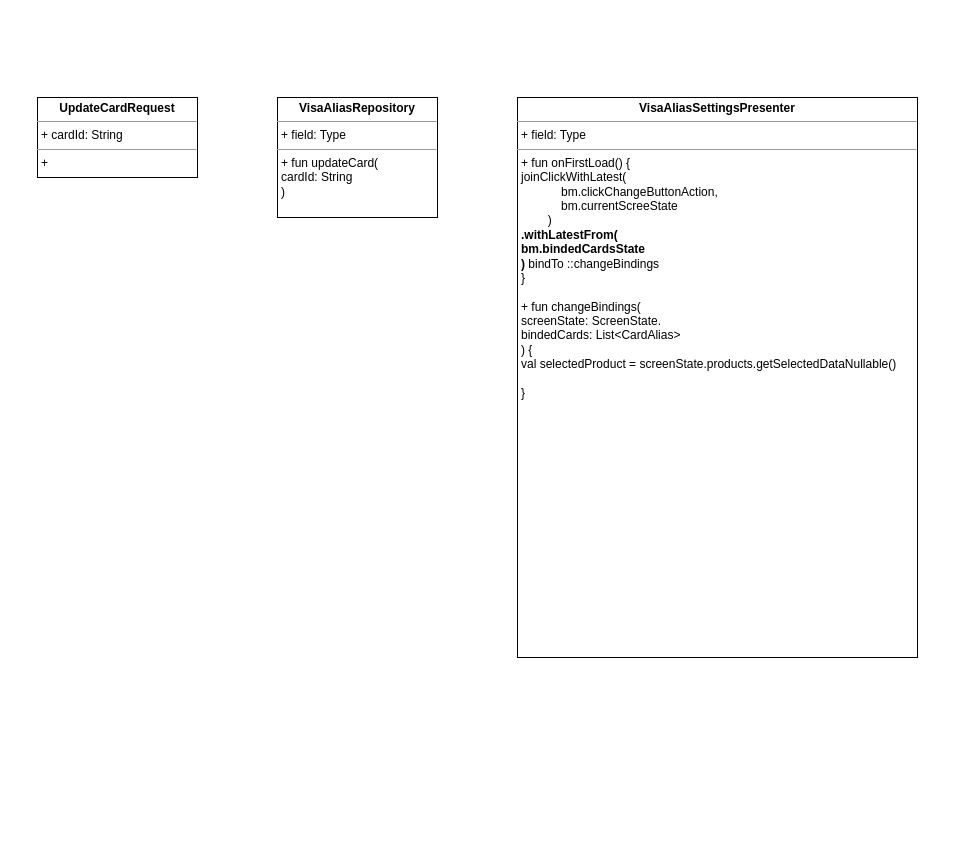
Earlier version of the draw.io diagram UNI-15530.drawio (ShiryaevNikolay/diagrams). Source tidied: cells renumbered, new cells numbered last; positions are measured from the earlier drawing's top-left corner, leaving out a move shared by most shapes. Both pictures are drawn from the tidied source at 100%, with x=0, y=0 at pixel (37, 97).
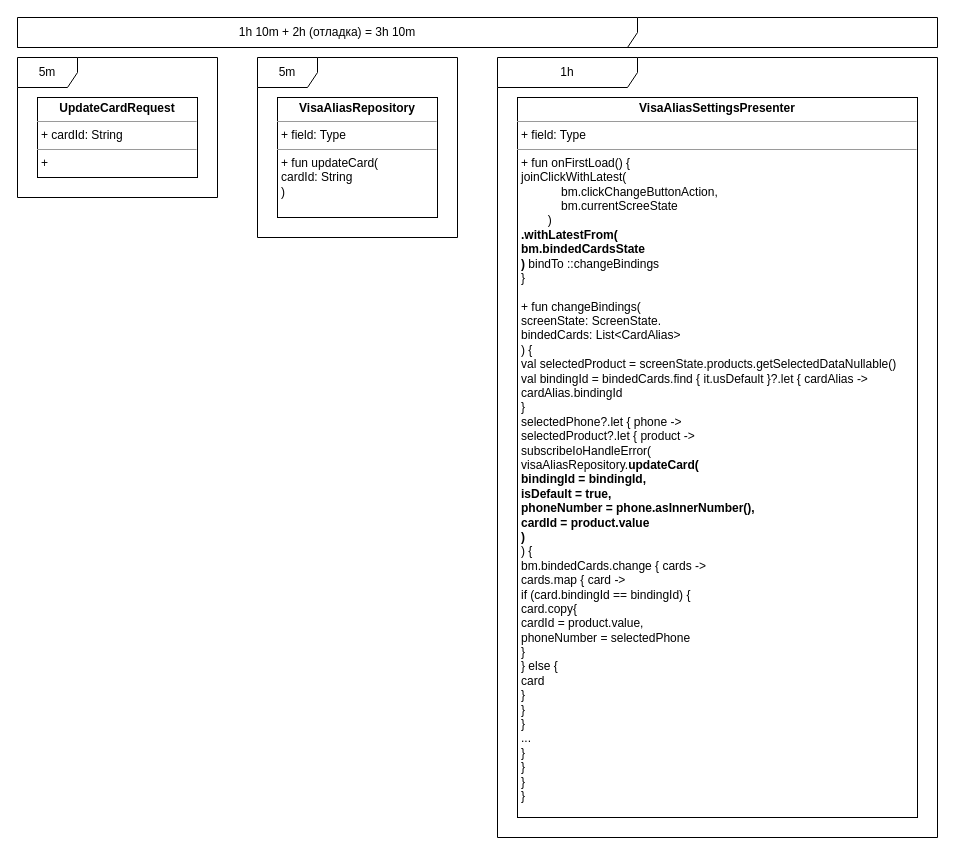
The same page after the edit.

What changed in the source:
```diff
@@
 <mxGraphModel>
   <root>
     <mxCell id="0" />
     <mxCell id="1" parent="0" />
     <mxCell id="2" value="&lt;p style=&quot;margin: 0px ; margin-top: 4px ; text-align: center&quot;&gt;&lt;b&gt;UpdateCardRequest&lt;/b&gt;&lt;/p&gt;&lt;hr size=&quot;1&quot;&gt;&lt;p style=&quot;margin: 0px ; margin-left: 4px&quot;&gt;+ cardId: String&lt;/p&gt;&lt;hr size=&quot;1&quot;&gt;&lt;p style=&quot;margin: 0px ; margin-left: 4px&quot;&gt;+ &lt;br&gt;&lt;/p&gt;" style="verticalAlign=top;align=left;overflow=fill;fontSize=12;fontFamily=Helvetica;html=1;" parent="1" vertex="1">
       <mxGeometry width="160" height="80" as="geometry" />
     </mxCell>
     <mxCell id="3" value="&lt;p style=&quot;margin: 0px ; margin-top: 4px ; text-align: center&quot;&gt;&lt;b&gt;VisaAliasRepository&lt;/b&gt;&lt;/p&gt;&lt;hr size=&quot;1&quot;&gt;&lt;p style=&quot;margin: 0px ; margin-left: 4px&quot;&gt;+ field: Type&lt;/p&gt;&lt;hr size=&quot;1&quot;&gt;&lt;p style=&quot;margin: 0px ; margin-left: 4px&quot;&gt;+ fun updateCard(&lt;/p&gt;&lt;p style=&quot;margin: 0px ; margin-left: 4px&quot;&gt;cardId: String&lt;br&gt;&lt;/p&gt;&lt;p style=&quot;margin: 0px ; margin-left: 4px&quot;&gt;)&lt;/p&gt;" style="verticalAlign=top;align=left;overflow=fill;fontSize=12;fontFamily=Helvetica;html=1;" parent="1" vertex="1">
       <mxGeometry x="240" width="160" height="120" as="geometry" />
     </mxCell>
-    <mxCell id="4" value="&lt;p style=&quot;margin: 0px ; margin-top: 4px ; text-align: center&quot;&gt;&lt;b&gt;VisaAliasSettingsPresenter&lt;/b&gt;&lt;/p&gt;&lt;hr size=&quot;1&quot;&gt;&lt;p style=&quot;margin: 0px ; margin-left: 4px&quot;&gt;+ field: Type&lt;/p&gt;&lt;hr size=&quot;1&quot;&gt;&lt;p style=&quot;margin: 0px ; margin-left: 4px&quot;&gt;+ fun onFirstLoad() {&lt;/p&gt;&lt;p style=&quot;margin: 0px ; margin-left: 4px&quot;&gt;joinClickWithLatest(&lt;br&gt;&amp;nbsp;&amp;nbsp;&amp;nbsp;&amp;nbsp;&amp;nbsp;&amp;nbsp;&amp;nbsp;&amp;nbsp;&amp;nbsp;&amp;nbsp;&amp;nbsp; bm.clickChangeButtonAction,&lt;br&gt;&amp;nbsp;&amp;nbsp;&amp;nbsp;&amp;nbsp;&amp;nbsp;&amp;nbsp;&amp;nbsp;&amp;nbsp;&amp;nbsp;&amp;nbsp;&amp;nbsp; bm.currentScreeState&lt;br&gt;&amp;nbsp;&amp;nbsp;&amp;nbsp;&amp;nbsp;&amp;nbsp;&amp;nbsp;&amp;nbsp; )&lt;/p&gt;&lt;p style=&quot;margin: 0px ; margin-left: 4px&quot;&gt;&lt;b&gt;.withLatestFrom(&lt;/b&gt;&lt;/p&gt;&lt;p style=&quot;margin: 0px ; margin-left: 4px&quot;&gt;&lt;b&gt;bm.bindedCardsState&lt;br&gt;&lt;/b&gt;&lt;/p&gt;&lt;p style=&quot;margin: 0px ; margin-left: 4px&quot;&gt;&lt;b&gt;)&lt;/b&gt; bindTo ::changeBindings&lt;br&gt;&lt;/p&gt;&lt;p style=&quot;margin: 0px ; margin-left: 4px&quot;&gt;}&lt;/p&gt;&lt;p style=&quot;margin: 0px ; margin-left: 4px&quot;&gt;&lt;br&gt;&lt;/p&gt;&lt;p style=&quot;margin: 0px ; margin-left: 4px&quot;&gt;+ fun changeBindings(&lt;/p&gt;&lt;p style=&quot;margin: 0px ; margin-left: 4px&quot;&gt;screenState: ScreenState.&lt;/p&gt;&lt;p style=&quot;margin: 0px ; margin-left: 4px&quot;&gt;bindedCards: List&amp;lt;CardAlias&amp;gt;&lt;br&gt;&lt;/p&gt;&lt;p style=&quot;margin: 0px ; margin-left: 4px&quot;&gt;) {&lt;/p&gt;&lt;p style=&quot;margin: 0px ; margin-left: 4px&quot;&gt;val selectedProduct = screenState.products.getSelectedDataNullable()&lt;/p&gt;&lt;p style=&quot;margin: 0px ; margin-left: 4px&quot;&gt;&lt;br&gt;&lt;/p&gt;&lt;p style=&quot;margin: 0px ; margin-left: 4px&quot;&gt;}&lt;br&gt;&lt;/p&gt;" style="verticalAlign=top;align=left;overflow=fill;fontSize=12;fontFamily=Helvetica;html=1;" parent="1" vertex="1">
-      <mxGeometry x="480" width="400" height="560" as="geometry" />
+    <mxCell id="4" value="&lt;p style=&quot;margin: 0px ; margin-top: 4px ; text-align: center&quot;&gt;&lt;b&gt;VisaAliasSettingsPresenter&lt;/b&gt;&lt;/p&gt;&lt;hr size=&quot;1&quot;&gt;&lt;p style=&quot;margin: 0px ; margin-left: 4px&quot;&gt;+ field: Type&lt;/p&gt;&lt;hr size=&quot;1&quot;&gt;&lt;p style=&quot;margin: 0px ; margin-left: 4px&quot;&gt;+ fun onFirstLoad() {&lt;/p&gt;&lt;p style=&quot;margin: 0px ; margin-left: 4px&quot;&gt;joinClickWithLatest(&lt;br&gt;&amp;nbsp;&amp;nbsp;&amp;nbsp;&amp;nbsp;&amp;nbsp;&amp;nbsp;&amp;nbsp;&amp;nbsp;&amp;nbsp;&amp;nbsp;&amp;nbsp; bm.clickChangeButtonAction,&lt;br&gt;&amp;nbsp;&amp;nbsp;&amp;nbsp;&amp;nbsp;&amp;nbsp;&amp;nbsp;&amp;nbsp;&amp;nbsp;&amp;nbsp;&amp;nbsp;&amp;nbsp; bm.currentScreeState&lt;br&gt;&amp;nbsp;&amp;nbsp;&amp;nbsp;&amp;nbsp;&amp;nbsp;&amp;nbsp;&amp;nbsp; )&lt;/p&gt;&lt;p style=&quot;margin: 0px ; margin-left: 4px&quot;&gt;&lt;b&gt;.withLatestFrom(&lt;/b&gt;&lt;/p&gt;&lt;p style=&quot;margin: 0px ; margin-left: 4px&quot;&gt;&lt;b&gt;bm.bindedCardsState&lt;br&gt;&lt;/b&gt;&lt;/p&gt;&lt;p style=&quot;margin: 0px ; margin-left: 4px&quot;&gt;&lt;b&gt;)&lt;/b&gt; bindTo ::changeBindings&lt;br&gt;&lt;/p&gt;&lt;p style=&quot;margin: 0px ; margin-left: 4px&quot;&gt;}&lt;/p&gt;&lt;p style=&quot;margin: 0px ; margin-left: 4px&quot;&gt;&lt;br&gt;&lt;/p&gt;&lt;p style=&quot;margin: 0px ; margin-left: 4px&quot;&gt;+ fun changeBindings(&lt;/p&gt;&lt;p style=&quot;margin: 0px ; margin-left: 4px&quot;&gt;screenState: ScreenState.&lt;/p&gt;&lt;p style=&quot;margin: 0px ; margin-left: 4px&quot;&gt;bindedCards: List&amp;lt;CardAlias&amp;gt;&lt;br&gt;&lt;/p&gt;&lt;p style=&quot;margin: 0px ; margin-left: 4px&quot;&gt;) {&lt;/p&gt;&lt;p style=&quot;margin: 0px ; margin-left: 4px&quot;&gt;val selectedProduct = screenState.products.getSelectedDataNullable()&lt;/p&gt;&lt;p style=&quot;margin: 0px ; margin-left: 4px&quot;&gt;val bindingId = bindedCards.find { it.usDefault }?.let { cardAlias -&amp;gt;&lt;br&gt;&lt;/p&gt;&lt;p style=&quot;margin: 0px ; margin-left: 4px&quot;&gt;cardAlias.bindingId&lt;br&gt;&lt;/p&gt;&lt;p style=&quot;margin: 0px ; margin-left: 4px&quot;&gt;}&lt;br&gt;&lt;/p&gt;&lt;p style=&quot;margin: 0px ; margin-left: 4px&quot;&gt;selectedPhone?.let { phone -&amp;gt;&lt;br&gt;&lt;/p&gt;&lt;p style=&quot;margin: 0px ; margin-left: 4px&quot;&gt;selectedProduct?.let { product -&amp;gt;&lt;br&gt;&lt;/p&gt;&lt;p style=&quot;margin: 0px ; margin-left: 4px&quot;&gt;subscribeIoHandleError(&lt;/p&gt;&lt;p style=&quot;margin: 0px ; margin-left: 4px&quot;&gt;visaAliasRepository.&lt;b&gt;updateCard(&lt;/b&gt;&lt;/p&gt;&lt;p style=&quot;margin: 0px ; margin-left: 4px&quot;&gt;&lt;b&gt;bindingId = bindingId,&lt;/b&gt;&lt;/p&gt;&lt;p style=&quot;margin: 0px ; margin-left: 4px&quot;&gt;&lt;b&gt;isDefault = true,&lt;/b&gt;&lt;/p&gt;&lt;p style=&quot;margin: 0px ; margin-left: 4px&quot;&gt;&lt;b&gt;phoneNumber = phone.asInnerNumber(),&lt;/b&gt;&lt;/p&gt;&lt;p style=&quot;margin: 0px ; margin-left: 4px&quot;&gt;&lt;b&gt;cardId = product.value&lt;br&gt;&lt;/b&gt;&lt;/p&gt;&lt;p style=&quot;margin: 0px ; margin-left: 4px&quot;&gt;&lt;b&gt;)&lt;/b&gt;&lt;br&gt;&lt;/p&gt;&lt;p style=&quot;margin: 0px ; margin-left: 4px&quot;&gt;) {&lt;/p&gt;&lt;p style=&quot;margin: 0px ; margin-left: 4px&quot;&gt;bm.bindedCards.change { cards -&amp;gt;&lt;br&gt;&lt;/p&gt;&lt;p style=&quot;margin: 0px ; margin-left: 4px&quot;&gt;cards.map { card -&amp;gt;&lt;br&gt;&lt;/p&gt;&lt;p style=&quot;margin: 0px ; margin-left: 4px&quot;&gt;if (card.bindingId == bindingId) {&lt;/p&gt;&lt;p style=&quot;margin: 0px ; margin-left: 4px&quot;&gt;card.copy{&lt;/p&gt;&lt;p style=&quot;margin: 0px ; margin-left: 4px&quot;&gt;cardId = product.value,&lt;/p&gt;&lt;p style=&quot;margin: 0px ; margin-left: 4px&quot;&gt;phoneNumber = selectedPhone&lt;br&gt;&lt;/p&gt;&lt;p style=&quot;margin: 0px ; margin-left: 4px&quot;&gt;}&lt;br&gt;&lt;/p&gt;&lt;p style=&quot;margin: 0px ; margin-left: 4px&quot;&gt;} else {&lt;/p&gt;&lt;p style=&quot;margin: 0px ; margin-left: 4px&quot;&gt;card&lt;br&gt;&lt;/p&gt;&lt;p style=&quot;margin: 0px ; margin-left: 4px&quot;&gt;}&lt;br&gt;&lt;/p&gt;&lt;p style=&quot;margin: 0px ; margin-left: 4px&quot;&gt;}&lt;br&gt;&lt;/p&gt;&lt;p style=&quot;margin: 0px ; margin-left: 4px&quot;&gt;}&lt;br&gt;&lt;/p&gt;&lt;p style=&quot;margin: 0px ; margin-left: 4px&quot;&gt;...&lt;br&gt;&lt;/p&gt;&lt;p style=&quot;margin: 0px ; margin-left: 4px&quot;&gt;}&lt;br&gt;&lt;/p&gt;&lt;p style=&quot;margin: 0px ; margin-left: 4px&quot;&gt;}&lt;br&gt;&lt;/p&gt;&lt;p style=&quot;margin: 0px ; margin-left: 4px&quot;&gt;}&lt;br&gt;&lt;/p&gt;&lt;p style=&quot;margin: 0px ; margin-left: 4px&quot;&gt;}&lt;br&gt;&lt;/p&gt;" style="verticalAlign=top;align=left;overflow=fill;fontSize=12;fontFamily=Helvetica;html=1;" parent="1" vertex="1">
+      <mxGeometry x="480" width="400" height="720" as="geometry" />
     </mxCell>
+    <mxCell id="5" value="5m" style="shape=umlFrame;whiteSpace=wrap;html=1;" parent="1" vertex="1">
+      <mxGeometry x="-20" y="-40" width="200" height="140" as="geometry" />
+    </mxCell>
+    <mxCell id="6" value="5m" style="shape=umlFrame;whiteSpace=wrap;html=1;" parent="1" vertex="1">
+      <mxGeometry x="220" y="-40" width="200" height="180" as="geometry" />
+    </mxCell>
+    <mxCell id="7" value="1h" style="shape=umlFrame;whiteSpace=wrap;html=1;width=140;height=30;" parent="1" vertex="1">
+      <mxGeometry x="460" y="-40" width="440" height="780" as="geometry" />
+    </mxCell>
+    <mxCell id="8" value="1h 10m + 2h (отладка) = 3h 10m" style="shape=umlFrame;whiteSpace=wrap;html=1;width=620;height=30;" parent="1" vertex="1">
+      <mxGeometry x="-20" y="-80" width="920" height="30" as="geometry" />
+    </mxCell>
   </root>
 </mxGraphModel>
```
